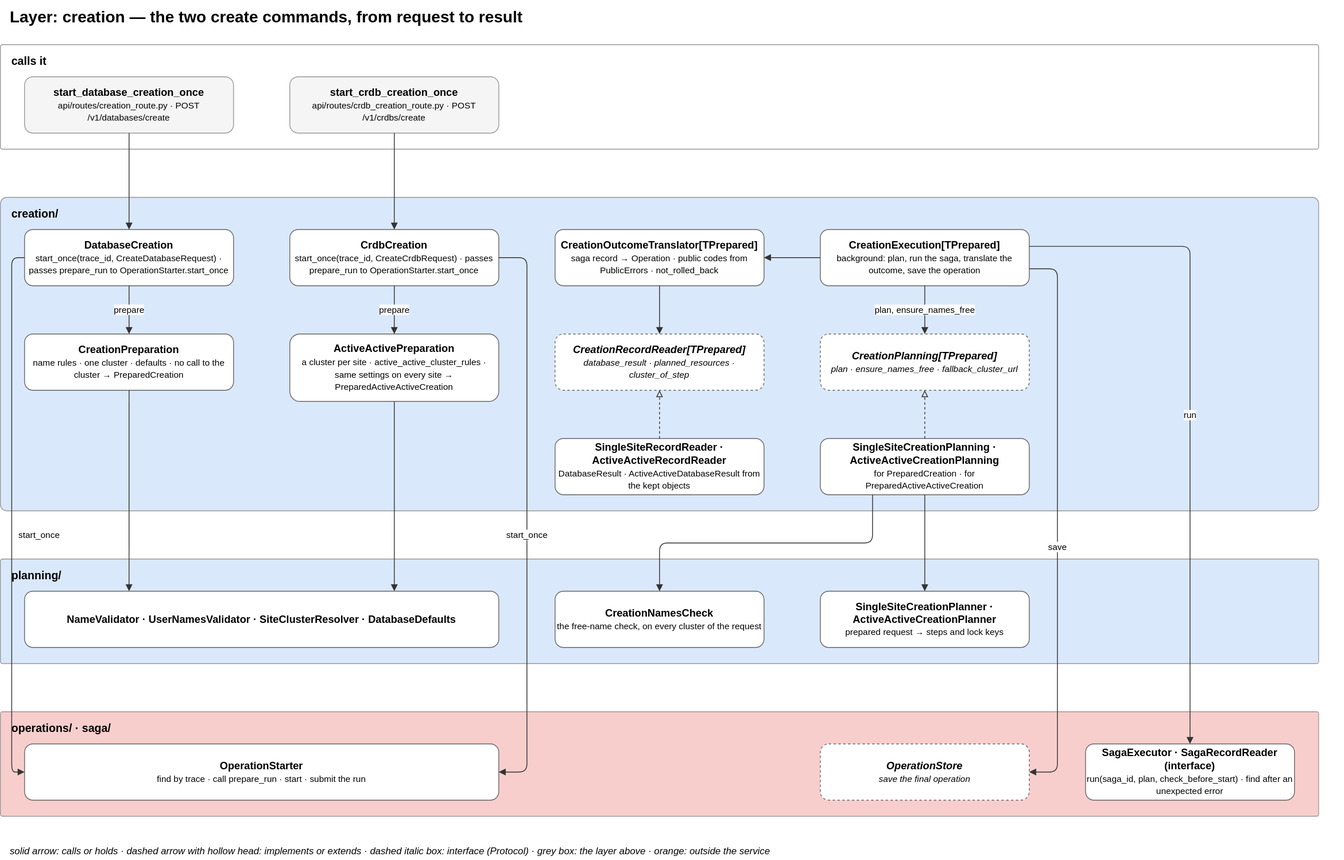
Before: docs/diagrams/04-layer-creation.drawio.svg, a diagram exported from draw.io (EliShteinman/redis-enterprise-services). Source tidied: cells renumbered, new cells last; positions are measured from the earlier drawing's top-left corner, leaving out a move shared by most shapes.
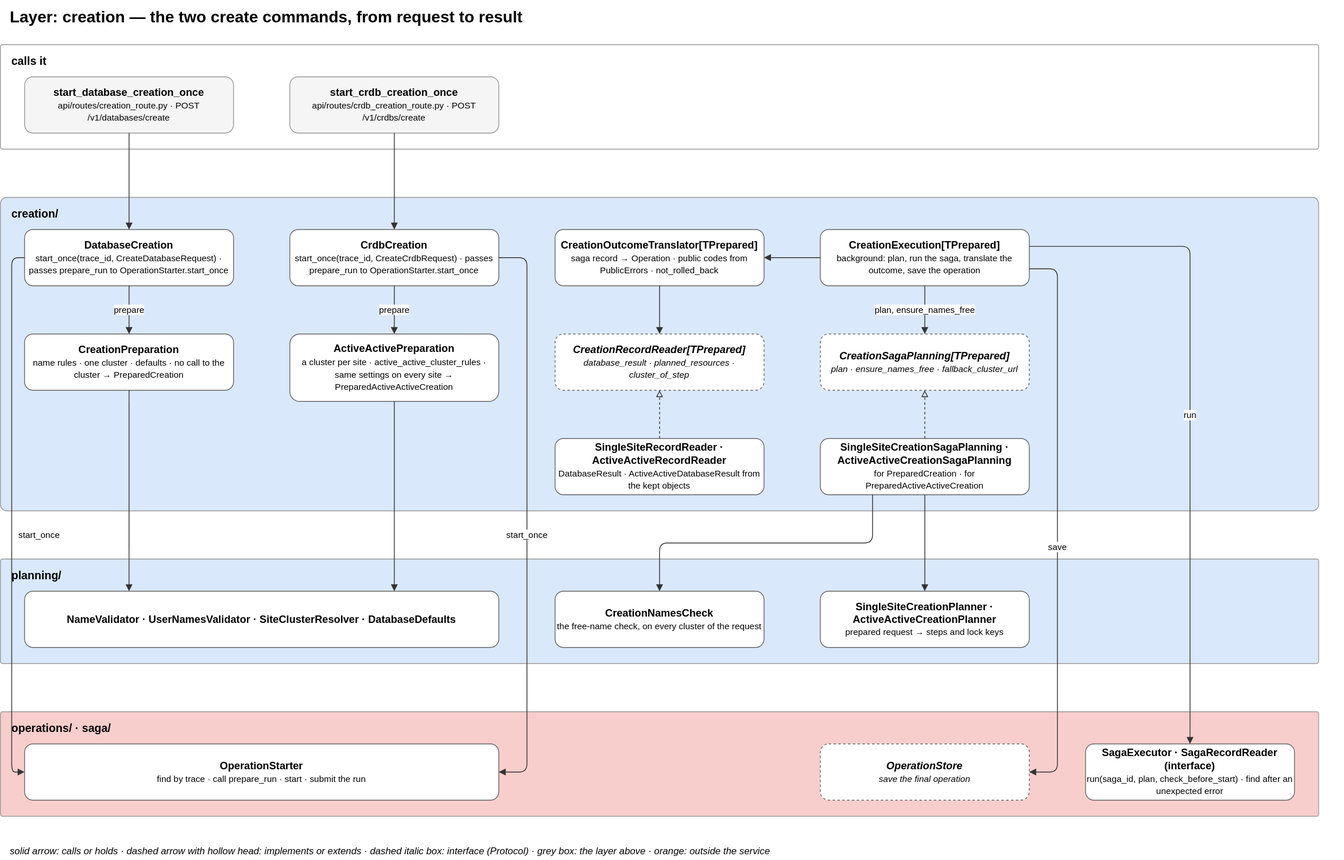
The same diagram one commit later.

Commit message:
docs: name the saga planning of a prepared creation CreationSagaPlanning

The edit, as a diff of the source:
```diff
@@ -44,13 +44,13 @@
     <mxCell id="15" value="&lt;b&gt;CreationRecordReader[TPrepared]&lt;/b&gt;&lt;br&gt;&lt;font style='font-size:11px'&gt;database_result · planned_resources · cluster_of_step&lt;/font&gt;" style="rounded=1;whiteSpace=wrap;html=1;fillColor=#ffffff;strokeColor=#666666;fontSize=13;dashed=1;fontStyle=2;" parent="1" vertex="1">
       <mxGeometry x="690" y="415" width="260" height="70" as="geometry" />
     </mxCell>
-    <mxCell id="16" value="&lt;b&gt;CreationPlanning[TPrepared]&lt;/b&gt;&lt;br&gt;&lt;font style='font-size:11px'&gt;plan · ensure_names_free · fallback_cluster_url&lt;/font&gt;" style="rounded=1;whiteSpace=wrap;html=1;fillColor=#ffffff;strokeColor=#666666;fontSize=13;dashed=1;fontStyle=2;" parent="1" vertex="1">
+    <mxCell id="16" value="&lt;b&gt;CreationSagaPlanning[TPrepared]&lt;/b&gt;&lt;br&gt;&lt;font style='font-size:11px'&gt;plan · ensure_names_free · fallback_cluster_url&lt;/font&gt;" style="rounded=1;whiteSpace=wrap;html=1;fillColor=#ffffff;strokeColor=#666666;fontSize=13;dashed=1;fontStyle=2;" parent="1" vertex="1">
       <mxGeometry x="1020" y="415" width="260" height="70" as="geometry" />
     </mxCell>
     <mxCell id="17" value="&lt;b&gt;SingleSiteRecordReader · ActiveActiveRecordReader&lt;/b&gt;&lt;br&gt;&lt;font style='font-size:11px'&gt;DatabaseResult · ActiveActiveDatabaseResult from the kept objects&lt;/font&gt;" style="rounded=1;whiteSpace=wrap;html=1;fillColor=#ffffff;strokeColor=#666666;fontSize=13;" parent="1" vertex="1">
       <mxGeometry x="690" y="545" width="260" height="70" as="geometry" />
     </mxCell>
-    <mxCell id="18" value="&lt;b&gt;SingleSiteCreationPlanning · ActiveActiveCreationPlanning&lt;/b&gt;&lt;br&gt;&lt;font style='font-size:11px'&gt;for PreparedCreation · for PreparedActiveActiveCreation&lt;/font&gt;" style="rounded=1;whiteSpace=wrap;html=1;fillColor=#ffffff;strokeColor=#666666;fontSize=13;" parent="1" vertex="1">
+    <mxCell id="18" value="&lt;b&gt;SingleSiteCreationSagaPlanning · ActiveActiveCreationSagaPlanning&lt;/b&gt;&lt;br&gt;&lt;font style='font-size:11px'&gt;for PreparedCreation · for PreparedActiveActiveCreation&lt;/font&gt;" style="rounded=1;whiteSpace=wrap;html=1;fillColor=#ffffff;strokeColor=#666666;fontSize=13;" parent="1" vertex="1">
       <mxGeometry x="1020" y="545" width="260" height="70" as="geometry" />
     </mxCell>
     <mxCell id="19" value="&lt;b&gt;NameValidator · UserNamesValidator · SiteClusterResolver · DatabaseDefaults&lt;/b&gt;" style="rounded=1;whiteSpace=wrap;html=1;fillColor=#ffffff;strokeColor=#666666;fontSize=13;" parent="1" vertex="1">
```
